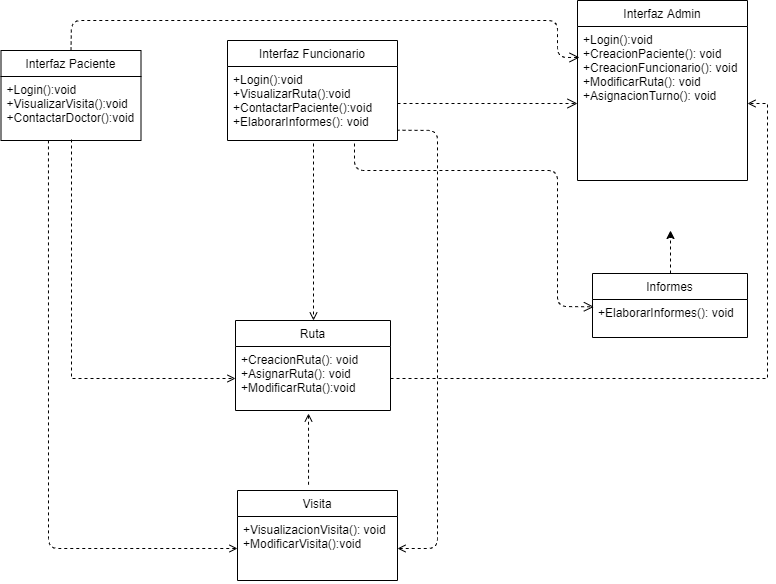
Before: Diagramas de clase/DiagramaCompleto.png, a diagram exported from draw.io (DanSotoC/G4HD). Source tidied: cells renumbered, new cells last; positions are measured from the earlier drawing's top-left corner, leaving out a move shared by most shapes.
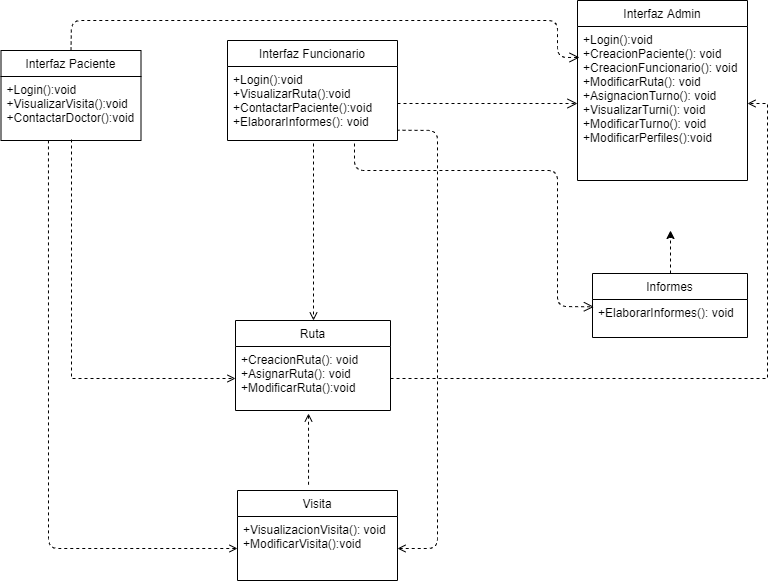
Later version of the same file.

What changed in the source:
```diff
@@ -25,7 +25,7 @@
     <mxCell id="8" value="&#10;Interfaz Admin&#10;" style="swimlane;fontStyle=0;horizontal=1;startSize=26;fillColor=none;" parent="1" vertex="1">
       <mxGeometry x="576" width="170" height="180" as="geometry" />
     </mxCell>
-    <mxCell id="9" value="+Login():void&#10;+CreacionPaciente(): void&#10;+CreacionFuncionario(): void&#10;+ModificarRuta(): void&#10;+AsignacionTurno(): void" style="text;strokeColor=none;fillColor=none;align=left;verticalAlign=top;spacingLeft=4;spacingRight=4;overflow=hidden;points=[[0,0.5],[1,0.5]];portConstraint=eastwest;" parent="8" vertex="1">
+    <mxCell id="9" value="+Login():void&#10;+CreacionPaciente(): void&#10;+CreacionFuncionario(): void&#10;+ModificarRuta(): void&#10;+AsignacionTurno(): void&#10;+VisualizarTurni(): void&#10;+ModificarTurno(): void&#10;+ModificarPerfiles():void" style="text;strokeColor=none;fillColor=none;align=left;verticalAlign=top;spacingLeft=4;spacingRight=4;overflow=hidden;points=[[0,0.5],[1,0.5]];portConstraint=eastwest;" parent="8" vertex="1">
       <mxGeometry y="26" width="170" height="154" as="geometry" />
     </mxCell>
     <mxCell id="10" value="Interfaz Paciente" style="swimlane;fontStyle=0;horizontal=1;startSize=26;fillColor=none;" parent="1" vertex="1">
```
